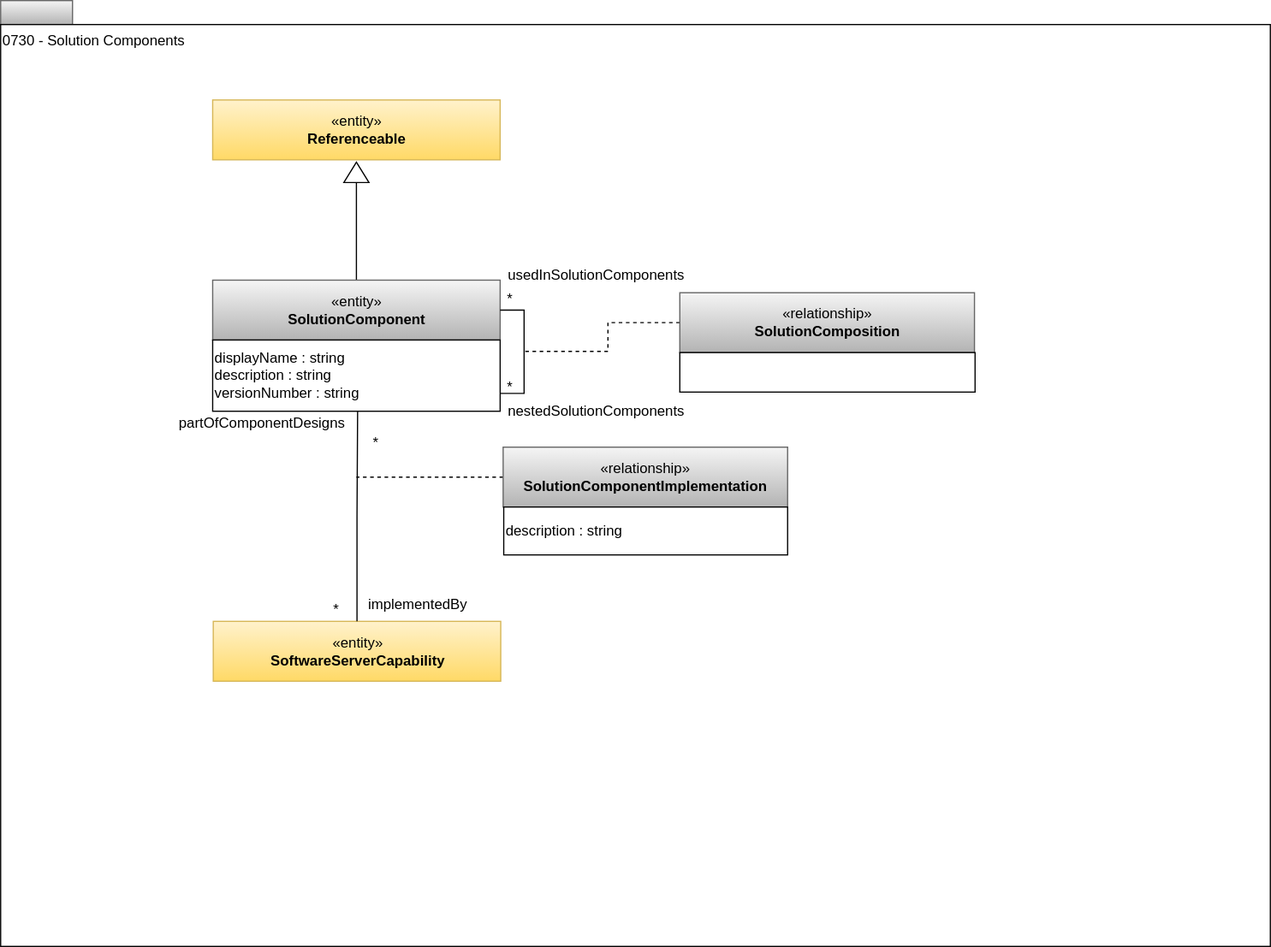
Above: site/docs/types/7/0730-Solution-Components.svg in odpi/egeria-docs (draw.io), before the change. Source tidied: cells renumbered, new cells last; positions are measured from the earlier drawing's top-left corner, leaving out a move shared by most shapes. The source it was exported from:
```xml
<mxGraphModel>
  <root>
    <mxCell id="0" />
    <mxCell id="1" parent="0" />
    <mxCell id="2" style="rounded=0;whiteSpace=wrap;html=1;align=left;fillColor=#f5f5f5;strokeColor=#666666;gradientColor=#b3b3b3;" parent="1" vertex="1">
      <mxGeometry width="60" height="20" as="geometry" />
    </mxCell>
    <mxCell id="3" value="0730 - Solution Components" style="rounded=0;whiteSpace=wrap;html=1;align=left;verticalAlign=top;" parent="1" vertex="1">
      <mxGeometry y="20" width="1060" height="770" as="geometry" />
    </mxCell>
    <mxCell id="4" value="«entity»&lt;br&gt;&lt;b&gt;Referenceable&lt;/b&gt;" style="html=1;strokeColor=#d6b656;align=center;fillColor=#fff2cc;gradientColor=#ffd966;" parent="1" vertex="1">
      <mxGeometry x="177" y="83" width="240" height="50" as="geometry" />
    </mxCell>
    <mxCell id="5" style="edgeStyle=orthogonalEdgeStyle;rounded=0;html=1;exitX=0;exitY=0.5;dashed=1;endArrow=none;endFill=0;jettySize=auto;exitDx=0;exitDy=0;" parent="1" edge="1" source="6">
      <mxGeometry relative="1" as="geometry">
        <mxPoint x="437" y="293" as="targetPoint" />
        <Array as="points">
          <mxPoint x="507" y="269" />
          <mxPoint x="507" y="293" />
        </Array>
      </mxGeometry>
    </mxCell>
    <mxCell id="6" value="«relationship»&lt;br&gt;&lt;b&gt;SolutionComposition&lt;/b&gt;" style="html=1;strokeColor=#666666;align=center;fillColor=#f5f5f5;gradientColor=#b3b3b3;" parent="1" vertex="1">
      <mxGeometry x="567" y="244" width="246" height="50" as="geometry" />
    </mxCell>
    <mxCell id="7" style="rounded=0;whiteSpace=wrap;html=1;strokeColor=#000000;gradientColor=#ffffff;align=left;" parent="1" vertex="1">
      <mxGeometry x="567" y="294" width="246.5" height="33" as="geometry" />
    </mxCell>
    <mxCell id="8" style="edgeStyle=orthogonalEdgeStyle;rounded=0;html=1;exitX=0;exitY=0.5;entryX=0.5;entryY=0;jettySize=auto;endArrow=none;endFill=0;" parent="1" edge="1" source="9" target="10">
      <mxGeometry relative="1" as="geometry" />
    </mxCell>
    <mxCell id="9" style="triangle;whiteSpace=wrap;html=1;strokeColor=#000000;gradientColor=#ffffff;align=center;rotation=-90;" parent="1" vertex="1">
      <mxGeometry x="288.5" y="133" width="17" height="21" as="geometry" />
    </mxCell>
    <mxCell id="10" value="«entity»&lt;br&gt;&lt;b&gt;SolutionComponent&lt;/b&gt;" style="html=1;strokeColor=#666666;align=center;fillColor=#f5f5f5;gradientColor=#b3b3b3;" parent="1" vertex="1">
      <mxGeometry x="177" y="233.5" width="240" height="50" as="geometry" />
    </mxCell>
    <mxCell id="11" style="edgeStyle=orthogonalEdgeStyle;rounded=0;html=1;exitX=1;exitY=0.75;entryX=1;entryY=0.5;endArrow=none;endFill=0;jettySize=auto;entryDx=0;entryDy=0;exitDx=0;exitDy=0;" parent="1" edge="1" source="12" target="10">
      <mxGeometry relative="1" as="geometry" />
    </mxCell>
    <mxCell id="12" value="displayName : string&lt;br&gt;description : string&lt;br&gt;versionNumber : string&lt;br&gt;&lt;div style=&quot;text-align: left&quot;&gt;&lt;/div&gt;" style="rounded=0;whiteSpace=wrap;html=1;strokeColor=#000000;gradientColor=#ffffff;align=left;" parent="1" vertex="1">
      <mxGeometry x="177" y="283.5" width="240" height="59.5" as="geometry" />
    </mxCell>
    <mxCell id="13" value="usedInSolutionComponents" style="text;html=1;align=center;verticalAlign=top;spacingTop=-4;" parent="1" vertex="1">
      <mxGeometry x="417" y="219.5" width="160" height="20" as="geometry" />
    </mxCell>
    <mxCell id="14" value="*" style="text;html=1;align=center;verticalAlign=top;spacingTop=-4;" parent="1" vertex="1">
      <mxGeometry x="417" y="239.5" width="15" height="14" as="geometry" />
    </mxCell>
    <mxCell id="15" value="*" style="text;html=1;align=center;verticalAlign=top;spacingTop=-4;" parent="1" vertex="1">
      <mxGeometry x="417" y="313" width="15" height="14" as="geometry" />
    </mxCell>
    <mxCell id="16" value="nestedSolutionComponents" style="text;html=1;points=[];align=center;verticalAlign=top;spacingTop=-4;" parent="1" vertex="1">
      <mxGeometry x="417" y="333" width="160" height="20" as="geometry" />
    </mxCell>
    <mxCell id="17" value="«entity»&lt;br&gt;&lt;b&gt;SoftwareServerCapability&lt;/b&gt;" style="html=1;strokeColor=#d6b656;align=center;fillColor=#fff2cc;gradientColor=#ffd966;" parent="1" vertex="1">
      <mxGeometry x="177.5" y="518.5" width="240" height="50" as="geometry" />
    </mxCell>
    <mxCell id="18" style="edgeStyle=orthogonalEdgeStyle;rounded=0;html=1;exitX=0.5;exitY=0;endArrow=none;endFill=0;jettySize=auto;entryX=0.5;entryY=1;entryDx=0;entryDy=0;exitDx=0;exitDy=0;" parent="1" edge="1" source="17">
      <mxGeometry relative="1" as="geometry">
        <mxPoint x="298" y="343" as="targetPoint" />
      </mxGeometry>
    </mxCell>
    <mxCell id="19" style="edgeStyle=orthogonalEdgeStyle;rounded=0;html=1;exitX=0;exitY=0.5;endArrow=none;endFill=0;jettySize=auto;dashed=1;" parent="1" edge="1" source="20">
      <mxGeometry relative="1" as="geometry">
        <mxPoint x="297" y="398" as="targetPoint" />
      </mxGeometry>
    </mxCell>
    <mxCell id="20" value="«relationship»&lt;br&gt;&lt;b&gt;SolutionComponentImplementation&lt;/b&gt;" style="html=1;strokeColor=#666666;align=center;fillColor=#f5f5f5;gradientColor=#b3b3b3;" parent="1" vertex="1">
      <mxGeometry x="419.5" y="373" width="237.5" height="50" as="geometry" />
    </mxCell>
    <mxCell id="21" value="description : string" style="rounded=0;whiteSpace=wrap;html=1;strokeColor=#000000;gradientColor=#ffffff;align=left;" parent="1" vertex="1">
      <mxGeometry x="420" y="423" width="237" height="40" as="geometry" />
    </mxCell>
    <mxCell id="22" value="*" style="text;html=1;align=center;verticalAlign=top;spacingTop=-4;" parent="1" vertex="1">
      <mxGeometry x="305" y="360" width="15" height="14" as="geometry" />
    </mxCell>
    <mxCell id="23" value="*" style="text;html=1;align=center;verticalAlign=top;spacingTop=-4;" parent="1" vertex="1">
      <mxGeometry x="272" y="498.5" width="15" height="14" as="geometry" />
    </mxCell>
    <mxCell id="24" value="partOfComponentDesigns" style="text;html=1;align=center;verticalAlign=top;spacingTop=-4;" parent="1" vertex="1">
      <mxGeometry x="143" y="343" width="150" height="20" as="geometry" />
    </mxCell>
    <mxCell id="25" value="implementedBy" style="text;html=1;align=center;verticalAlign=top;spacingTop=-4;" parent="1" vertex="1">
      <mxGeometry x="298" y="495" width="100" height="20" as="geometry" />
    </mxCell>
  </root>
</mxGraphModel>
```
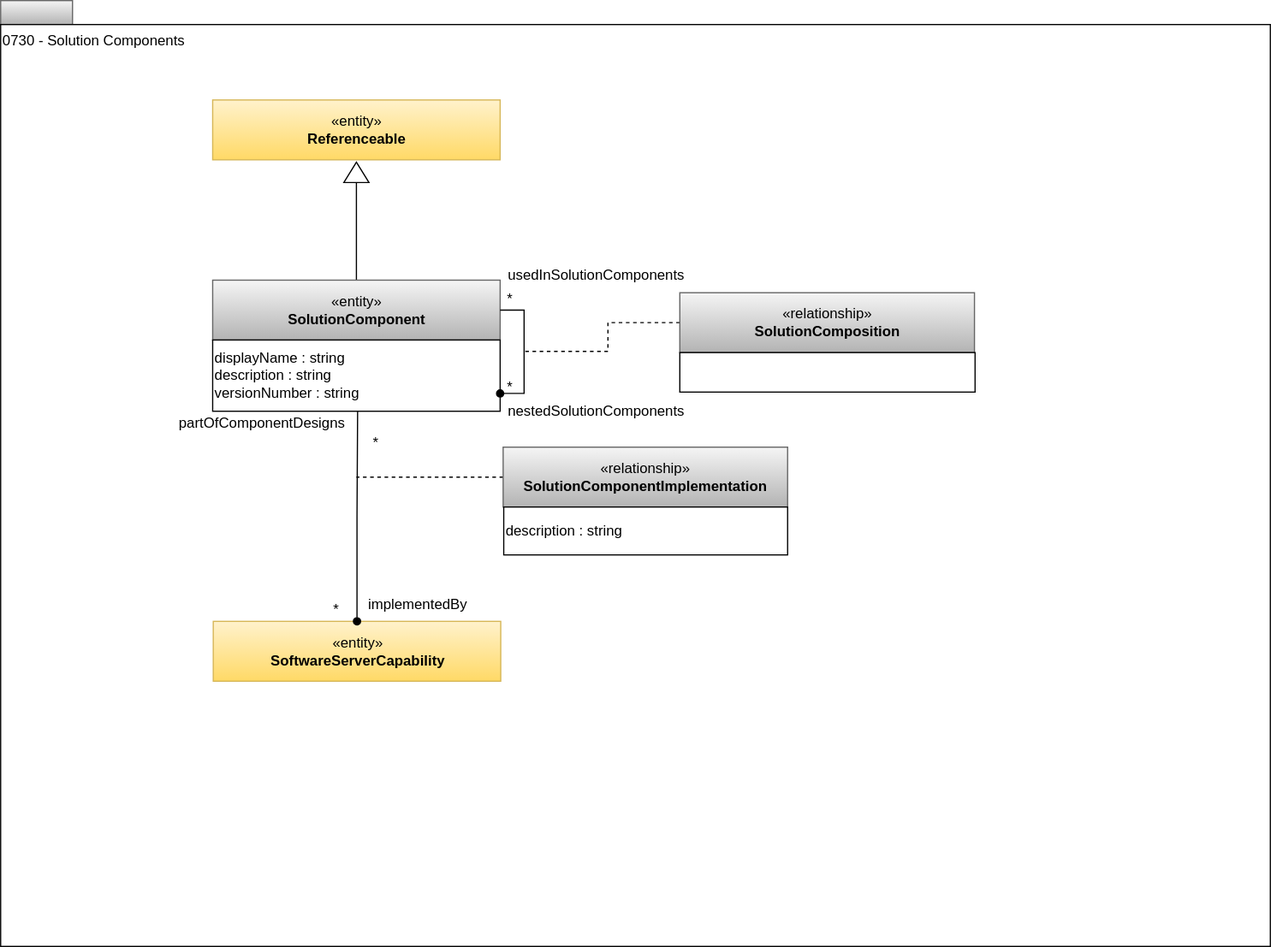
The same file after the commit.

The edit, as a diff of the source:
```diff
@@ -35,54 +35,54 @@
     <mxCell id="10" value="«entity»&lt;br&gt;&lt;b&gt;SolutionComponent&lt;/b&gt;" style="html=1;strokeColor=#666666;align=center;fillColor=#f5f5f5;gradientColor=#b3b3b3;" parent="1" vertex="1">
       <mxGeometry x="177" y="233.5" width="240" height="50" as="geometry" />
     </mxCell>
-    <mxCell id="11" style="edgeStyle=orthogonalEdgeStyle;rounded=0;html=1;exitX=1;exitY=0.75;entryX=1;entryY=0.5;endArrow=none;endFill=0;jettySize=auto;entryDx=0;entryDy=0;exitDx=0;exitDy=0;" parent="1" edge="1" source="12" target="10">
-      <mxGeometry relative="1" as="geometry" />
+    <mxCell id="11" value="displayName : string&lt;br&gt;description : string&lt;br&gt;versionNumber : string&lt;br&gt;&lt;div style=&quot;text-align: left&quot;&gt;&lt;/div&gt;" style="rounded=0;whiteSpace=wrap;html=1;strokeColor=#000000;gradientColor=#ffffff;align=left;" parent="1" vertex="1">
+      <mxGeometry x="177" y="283.5" width="240" height="59.5" as="geometry" />
     </mxCell>
-    <mxCell id="12" value="displayName : string&lt;br&gt;description : string&lt;br&gt;versionNumber : string&lt;br&gt;&lt;div style=&quot;text-align: left&quot;&gt;&lt;/div&gt;" style="rounded=0;whiteSpace=wrap;html=1;strokeColor=#000000;gradientColor=#ffffff;align=left;" parent="1" vertex="1">
-      <mxGeometry x="177" y="283.5" width="240" height="59.5" as="geometry" />
+    <mxCell id="12" value="usedInSolutionComponents" style="text;html=1;points=[];align=center;verticalAlign=top;spacingTop=-4;" parent="1" vertex="1">
+      <mxGeometry x="417" y="219.5" width="160" height="20" as="geometry" />
     </mxCell>
-    <mxCell id="13" value="usedInSolutionComponents" style="text;html=1;align=center;verticalAlign=top;spacingTop=-4;" parent="1" vertex="1">
-      <mxGeometry x="417" y="219.5" width="160" height="20" as="geometry" />
+    <mxCell id="13" value="*" style="text;html=1;align=center;verticalAlign=top;spacingTop=-4;" parent="1" vertex="1">
+      <mxGeometry x="417" y="239.5" width="15" height="14" as="geometry" />
     </mxCell>
     <mxCell id="14" value="*" style="text;html=1;align=center;verticalAlign=top;spacingTop=-4;" parent="1" vertex="1">
-      <mxGeometry x="417" y="239.5" width="15" height="14" as="geometry" />
+      <mxGeometry x="417" y="313" width="15" height="14" as="geometry" />
     </mxCell>
-    <mxCell id="15" value="*" style="text;html=1;align=center;verticalAlign=top;spacingTop=-4;" parent="1" vertex="1">
-      <mxGeometry x="417" y="313" width="15" height="14" as="geometry" />
+    <mxCell id="15" value="nestedSolutionComponents" style="text;html=1;align=center;verticalAlign=top;spacingTop=-4;" parent="1" vertex="1">
+      <mxGeometry x="417" y="333" width="160" height="20" as="geometry" />
     </mxCell>
-    <mxCell id="16" value="nestedSolutionComponents" style="text;html=1;points=[];align=center;verticalAlign=top;spacingTop=-4;" parent="1" vertex="1">
-      <mxGeometry x="417" y="333" width="160" height="20" as="geometry" />
+    <mxCell id="16" value="«entity»&lt;br&gt;&lt;b&gt;SoftwareServerCapability&lt;/b&gt;" style="html=1;strokeColor=#d6b656;align=center;fillColor=#fff2cc;gradientColor=#ffd966;" parent="1" vertex="1">
+      <mxGeometry x="177.5" y="518.5" width="240" height="50" as="geometry" />
     </mxCell>
-    <mxCell id="17" value="«entity»&lt;br&gt;&lt;b&gt;SoftwareServerCapability&lt;/b&gt;" style="html=1;strokeColor=#d6b656;align=center;fillColor=#fff2cc;gradientColor=#ffd966;" parent="1" vertex="1">
-      <mxGeometry x="177.5" y="518.5" width="240" height="50" as="geometry" />
+    <mxCell id="17" style="edgeStyle=orthogonalEdgeStyle;rounded=0;html=1;exitX=0.5;exitY=0;endArrow=none;endFill=0;jettySize=auto;entryX=0.5;entryY=1;entryDx=0;entryDy=0;exitDx=0;exitDy=0;startArrow=oval;startFill=1;" parent="1" edge="1" source="16">
+      <mxGeometry relative="1" as="geometry">
+        <mxPoint x="298" y="343" as="targetPoint" />
+      </mxGeometry>
     </mxCell>
-    <mxCell id="18" style="edgeStyle=orthogonalEdgeStyle;rounded=0;html=1;exitX=0.5;exitY=0;endArrow=none;endFill=0;jettySize=auto;entryX=0.5;entryY=1;entryDx=0;entryDy=0;exitDx=0;exitDy=0;" parent="1" edge="1" source="17">
+    <mxCell id="18" style="edgeStyle=orthogonalEdgeStyle;rounded=0;html=1;exitX=0;exitY=0.5;endArrow=none;endFill=0;jettySize=auto;dashed=1;" parent="1" edge="1" source="19">
       <mxGeometry relative="1" as="geometry">
-        <mxPoint x="298" y="343" as="targetPoint" />
+        <mxPoint x="297" y="398" as="targetPoint" />
       </mxGeometry>
     </mxCell>
-    <mxCell id="19" style="edgeStyle=orthogonalEdgeStyle;rounded=0;html=1;exitX=0;exitY=0.5;endArrow=none;endFill=0;jettySize=auto;dashed=1;" parent="1" edge="1" source="20">
-      <mxGeometry relative="1" as="geometry">
-        <mxPoint x="297" y="398" as="targetPoint" />
-      </mxGeometry>
+    <mxCell id="19" value="«relationship»&lt;br&gt;&lt;b&gt;SolutionComponentImplementation&lt;/b&gt;" style="html=1;strokeColor=#666666;align=center;fillColor=#f5f5f5;gradientColor=#b3b3b3;" parent="1" vertex="1">
+      <mxGeometry x="419.5" y="373" width="237.5" height="50" as="geometry" />
     </mxCell>
-    <mxCell id="20" value="«relationship»&lt;br&gt;&lt;b&gt;SolutionComponentImplementation&lt;/b&gt;" style="html=1;strokeColor=#666666;align=center;fillColor=#f5f5f5;gradientColor=#b3b3b3;" parent="1" vertex="1">
-      <mxGeometry x="419.5" y="373" width="237.5" height="50" as="geometry" />
+    <mxCell id="20" value="description : string" style="rounded=0;whiteSpace=wrap;html=1;strokeColor=#000000;gradientColor=#ffffff;align=left;" parent="1" vertex="1">
+      <mxGeometry x="420" y="423" width="237" height="40" as="geometry" />
     </mxCell>
-    <mxCell id="21" value="description : string" style="rounded=0;whiteSpace=wrap;html=1;strokeColor=#000000;gradientColor=#ffffff;align=left;" parent="1" vertex="1">
-      <mxGeometry x="420" y="423" width="237" height="40" as="geometry" />
+    <mxCell id="21" value="*" style="text;html=1;align=center;verticalAlign=top;spacingTop=-4;" parent="1" vertex="1">
+      <mxGeometry x="305" y="360" width="15" height="14" as="geometry" />
     </mxCell>
     <mxCell id="22" value="*" style="text;html=1;align=center;verticalAlign=top;spacingTop=-4;" parent="1" vertex="1">
-      <mxGeometry x="305" y="360" width="15" height="14" as="geometry" />
+      <mxGeometry x="272" y="498.5" width="15" height="14" as="geometry" />
     </mxCell>
-    <mxCell id="23" value="*" style="text;html=1;align=center;verticalAlign=top;spacingTop=-4;" parent="1" vertex="1">
-      <mxGeometry x="272" y="498.5" width="15" height="14" as="geometry" />
+    <mxCell id="23" value="partOfComponentDesigns" style="text;html=1;align=center;verticalAlign=top;spacingTop=-4;" parent="1" vertex="1">
+      <mxGeometry x="143" y="343" width="150" height="20" as="geometry" />
     </mxCell>
-    <mxCell id="24" value="partOfComponentDesigns" style="text;html=1;align=center;verticalAlign=top;spacingTop=-4;" parent="1" vertex="1">
-      <mxGeometry x="143" y="343" width="150" height="20" as="geometry" />
+    <mxCell id="24" value="implementedBy" style="text;html=1;align=center;verticalAlign=top;spacingTop=-4;" parent="1" vertex="1">
+      <mxGeometry x="298" y="495" width="100" height="20" as="geometry" />
     </mxCell>
-    <mxCell id="25" value="implementedBy" style="text;html=1;align=center;verticalAlign=top;spacingTop=-4;" parent="1" vertex="1">
-      <mxGeometry x="298" y="495" width="100" height="20" as="geometry" />
+    <mxCell id="25" style="edgeStyle=orthogonalEdgeStyle;rounded=0;html=1;exitX=1;exitY=0.75;entryX=1;entryY=0.5;endArrow=none;endFill=0;jettySize=auto;entryDx=0;entryDy=0;exitDx=0;exitDy=0;startArrow=oval;startFill=1;" parent="1" edge="1" source="11" target="10">
+      <mxGeometry relative="1" as="geometry" />
     </mxCell>
   </root>
 </mxGraphModel>
```
